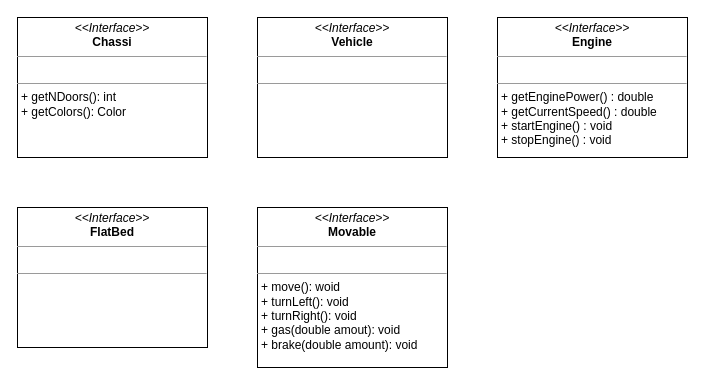
Above: page "interfaces" (1 of 3) of docs/Vehicle.drawio in Systemiac/oop_assignments (draw.io), before the change. Source tidied: cells renumbered, new cells numbered last; positions are measured from the earlier drawing's top-left corner, leaving out a move shared by most shapes. Both pictures are drawn from the tidied source at 100%, with x=0, y=0 at pixel (17, 17).
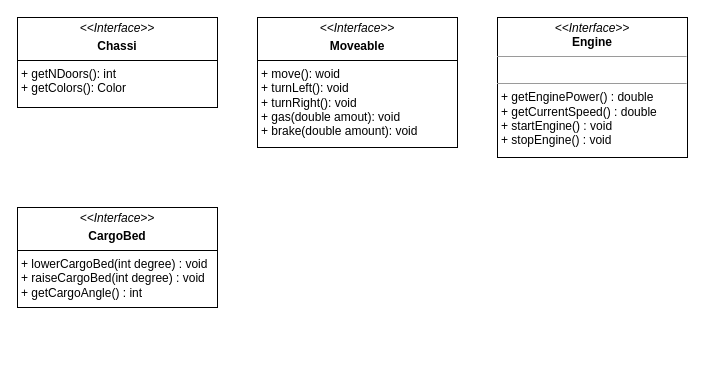
Above is the later version.

Diff of the diagram source:
```diff
@@
 <mxGraphModel>
   <root>
     <mxCell id="0" />
     <mxCell id="1" parent="0" />
     <mxCell id="2" value="&lt;p style=&quot;margin:0px;margin-top:4px;text-align:center;&quot;&gt;&lt;i&gt;&amp;lt;&amp;lt;Interface&amp;gt;&amp;gt;&lt;/i&gt;&lt;br&gt;&lt;b&gt;Engine&lt;/b&gt;&lt;/p&gt;&lt;hr size=&quot;1&quot;&gt;&lt;p style=&quot;margin:0px;margin-left:4px;&quot;&gt;&lt;br&gt;&lt;/p&gt;&lt;hr size=&quot;1&quot;&gt;&lt;p style=&quot;margin:0px;margin-left:4px;&quot;&gt;+ getEnginePower() :&amp;nbsp;&lt;span style=&quot;background-color: transparent; color: light-dark(rgb(0, 0, 0), rgb(255, 255, 255));&quot;&gt;double&lt;/span&gt;&lt;span style=&quot;background-color: transparent; color: light-dark(rgb(0, 0, 0), rgb(255, 255, 255));&quot;&gt;&amp;nbsp;&lt;/span&gt;&lt;/p&gt;&lt;p style=&quot;margin:0px;margin-left:4px;&quot;&gt;+ getCurrentSpeed() :&amp;nbsp;&lt;span style=&quot;background-color: transparent; color: light-dark(rgb(0, 0, 0), rgb(255, 255, 255));&quot;&gt;double&lt;/span&gt;&lt;span style=&quot;background-color: transparent; color: light-dark(rgb(0, 0, 0), rgb(255, 255, 255));&quot;&gt;&amp;nbsp;&lt;/span&gt;&lt;/p&gt;&lt;p style=&quot;margin:0px;margin-left:4px;&quot;&gt;+ startEngine() : void&lt;/p&gt;&lt;p style=&quot;margin:0px;margin-left:4px;&quot;&gt;+ stopEngine() : void&lt;/p&gt;" style="verticalAlign=top;align=left;overflow=fill;fontSize=12;fontFamily=Helvetica;html=1;rounded=0;shadow=0;comic=0;labelBackgroundColor=none;strokeWidth=1;" parent="1" vertex="1">
       <mxGeometry x="480" width="190" height="140" as="geometry" />
     </mxCell>
-    <mxCell id="3" value="&lt;p style=&quot;margin:0px;margin-top:4px;text-align:center;&quot;&gt;&lt;i&gt;&amp;lt;&amp;lt;Interface&amp;gt;&amp;gt;&lt;/i&gt;&lt;br&gt;&lt;b&gt;Vehicle&lt;/b&gt;&lt;/p&gt;&lt;hr size=&quot;1&quot;&gt;&lt;p style=&quot;margin:0px;margin-left:4px;&quot;&gt;&lt;br&gt;&lt;/p&gt;&lt;hr size=&quot;1&quot;&gt;&lt;p style=&quot;margin:0px;margin-left:4px;&quot;&gt;&lt;br&gt;&lt;/p&gt;" style="verticalAlign=top;align=left;overflow=fill;fontSize=12;fontFamily=Helvetica;html=1;rounded=0;shadow=0;comic=0;labelBackgroundColor=none;strokeWidth=1;" parent="1" vertex="1">
-      <mxGeometry x="240" width="190" height="140" as="geometry" />
-    </mxCell>
+    <mxCell id="7" value="&lt;p style=&quot;margin:0px;margin-top:4px;text-align:center;&quot;&gt;&lt;i&gt;&amp;lt;&amp;lt;Interface&amp;gt;&amp;gt;&lt;/i&gt;&lt;/p&gt;&lt;p style=&quot;margin:0px;margin-top:4px;text-align:center;&quot;&gt;&lt;b style=&quot;background-color: transparent; color: light-dark(rgb(0, 0, 0), rgb(255, 255, 255));&quot;&gt;CargoBed&lt;/b&gt;&lt;/p&gt;&lt;hr size=&quot;1&quot; style=&quot;border-style:solid;&quot;&gt;&lt;div style=&quot;height:2px;&quot;&gt;&lt;p style=&quot;text-wrap: nowrap; margin: 0px 0px 0px 4px;&quot;&gt;&lt;span class=&quot;hljs-title function_&quot;&gt;+ lowerCargoBed&lt;/span&gt;&lt;span class=&quot;hljs-params&quot;&gt;(&lt;span class=&quot;hljs-type&quot;&gt;int&lt;/span&gt;&amp;nbsp;degree) : void&lt;/span&gt;&lt;br&gt;&lt;/p&gt;&lt;p style=&quot;text-wrap: nowrap; margin: 0px 0px 0px 4px;&quot;&gt;&lt;span class=&quot;hljs-params&quot;&gt;&lt;span class=&quot;hljs-title function_&quot;&gt;+ raiseCargoBed&lt;/span&gt;&lt;span class=&quot;hljs-params&quot;&gt;(&lt;span class=&quot;hljs-type&quot;&gt;int&lt;/span&gt;&amp;nbsp;degree) : void&lt;/span&gt;&lt;br&gt;&lt;/span&gt;&lt;/p&gt;&lt;p style=&quot;text-wrap: nowrap; margin: 0px 0px 0px 4px;&quot;&gt;+ getCargoAngle() : int&lt;/p&gt;&lt;/div&gt;" style="verticalAlign=top;align=left;overflow=fill;html=1;whiteSpace=wrap;" parent="1" vertex="1">
+      <mxGeometry y="190" width="200" height="100" as="geometry" />
+    </mxCell>
+    <mxCell id="8" value="&lt;p style=&quot;margin:0px;margin-top:4px;text-align:center;&quot;&gt;&lt;i&gt;&amp;lt;&amp;lt;Interface&amp;gt;&amp;gt;&lt;/i&gt;&lt;/p&gt;&lt;p style=&quot;margin:0px;margin-top:4px;text-align:center;&quot;&gt;&lt;b&gt;Moveable&lt;/b&gt;&lt;/p&gt;&lt;hr size=&quot;1&quot; style=&quot;border-style:solid;&quot;&gt;&lt;div style=&quot;height:2px;&quot;&gt;&lt;p style=&quot;text-wrap: nowrap; margin: 0px 0px 0px 4px;&quot;&gt;+ move(): woid&lt;br&gt;+ turnLeft(): void&lt;/p&gt;&lt;p style=&quot;text-wrap: nowrap; margin: 0px 0px 0px 4px;&quot;&gt;+ turnRight(): void&lt;/p&gt;&lt;p style=&quot;text-wrap: nowrap; margin: 0px 0px 0px 4px;&quot;&gt;+ gas(double amout): void&lt;/p&gt;&lt;p style=&quot;text-wrap: nowrap; margin: 0px 0px 0px 4px;&quot;&gt;+ brake(double amount): void&lt;/p&gt;&lt;/div&gt;" style="verticalAlign=top;align=left;overflow=fill;html=1;whiteSpace=wrap;" parent="1" vertex="1">
+      <mxGeometry x="240" width="200" height="130" as="geometry" />
+    </mxCell>
-    <mxCell id="4" value="&lt;p style=&quot;margin:0px;margin-top:4px;text-align:center;&quot;&gt;&lt;i&gt;&amp;lt;&amp;lt;Interface&amp;gt;&amp;gt;&lt;/i&gt;&lt;br&gt;&lt;b&gt;Chassi&lt;/b&gt;&lt;/p&gt;&lt;hr size=&quot;1&quot;&gt;&lt;p style=&quot;margin:0px;margin-left:4px;&quot;&gt;&lt;br&gt;&lt;/p&gt;&lt;hr size=&quot;1&quot;&gt;&lt;p style=&quot;margin:0px;margin-left:4px;&quot;&gt;+ getNDoors(): int&lt;br&gt;&lt;/p&gt;&lt;p style=&quot;margin:0px;margin-left:4px;&quot;&gt;+ getColors(): Color&lt;/p&gt;" style="verticalAlign=top;align=left;overflow=fill;fontSize=12;fontFamily=Helvetica;html=1;rounded=0;shadow=0;comic=0;labelBackgroundColor=none;strokeWidth=1;" parent="1" vertex="1">
-      <mxGeometry width="190" height="140" as="geometry" />
+    <mxCell id="4" value="&lt;p style=&quot;margin:0px;margin-top:4px;text-align:center;&quot;&gt;&lt;i&gt;&amp;lt;&amp;lt;Interface&amp;gt;&amp;gt;&lt;/i&gt;&lt;/p&gt;&lt;p style=&quot;margin:0px;margin-top:4px;text-align:center;&quot;&gt;&lt;b&gt;Chassi&lt;/b&gt;&lt;/p&gt;&lt;hr size=&quot;1&quot; style=&quot;border-style:solid;&quot;&gt;&lt;div style=&quot;height:2px;&quot;&gt;&lt;p style=&quot;text-wrap: nowrap; margin: 0px 0px 0px 4px;&quot;&gt;+ getNDoors(): int&lt;br&gt;&lt;/p&gt;&lt;p style=&quot;text-wrap: nowrap; margin: 0px 0px 0px 4px;&quot;&gt;+ getColors(): Color&lt;/p&gt;&lt;/div&gt;" style="verticalAlign=top;align=left;overflow=fill;html=1;whiteSpace=wrap;" parent="1" vertex="1">
+      <mxGeometry width="200" height="90" as="geometry" />
     </mxCell>
-    <mxCell id="5" value="&lt;p style=&quot;margin:0px;margin-top:4px;text-align:center;&quot;&gt;&lt;i&gt;&amp;lt;&amp;lt;Interface&amp;gt;&amp;gt;&lt;/i&gt;&lt;br&gt;&lt;b&gt;FlatBed&lt;/b&gt;&lt;/p&gt;&lt;hr size=&quot;1&quot;&gt;&lt;p style=&quot;margin:0px;margin-left:4px;&quot;&gt;&lt;br&gt;&lt;/p&gt;&lt;hr size=&quot;1&quot;&gt;&lt;p style=&quot;margin:0px;margin-left:4px;&quot;&gt;&lt;br&gt;&lt;/p&gt;" style="verticalAlign=top;align=left;overflow=fill;fontSize=12;fontFamily=Helvetica;html=1;rounded=0;shadow=0;comic=0;labelBackgroundColor=none;strokeWidth=1;" parent="1" vertex="1">
-      <mxGeometry y="190" width="190" height="140" as="geometry" />
-    </mxCell>
-    <mxCell id="6" value="&lt;p style=&quot;margin:0px;margin-top:4px;text-align:center;&quot;&gt;&lt;i&gt;&amp;lt;&amp;lt;Interface&amp;gt;&amp;gt;&lt;/i&gt;&lt;br&gt;&lt;b&gt;Movable&lt;/b&gt;&lt;/p&gt;&lt;hr size=&quot;1&quot;&gt;&lt;p style=&quot;margin:0px;margin-left:4px;&quot;&gt;&lt;br&gt;&lt;/p&gt;&lt;hr size=&quot;1&quot;&gt;&lt;p style=&quot;margin: 0px 0px 0px 4px;&quot;&gt;+ move(): woid&lt;br&gt;+ turnLeft(): void&lt;/p&gt;&lt;p style=&quot;margin: 0px 0px 0px 4px;&quot;&gt;+ turnRight(): void&lt;/p&gt;&lt;p style=&quot;margin: 0px 0px 0px 4px;&quot;&gt;+ gas(double amout): void&lt;/p&gt;&lt;p style=&quot;margin: 0px 0px 0px 4px;&quot;&gt;+ brake(double amount): void&lt;/p&gt;" style="verticalAlign=top;align=left;overflow=fill;fontSize=12;fontFamily=Helvetica;html=1;rounded=0;shadow=0;comic=0;labelBackgroundColor=none;strokeWidth=1;" parent="1" vertex="1">
-      <mxGeometry x="240" y="190" width="190" height="160" as="geometry" />
-    </mxCell>
   </root>
 </mxGraphModel>
```
